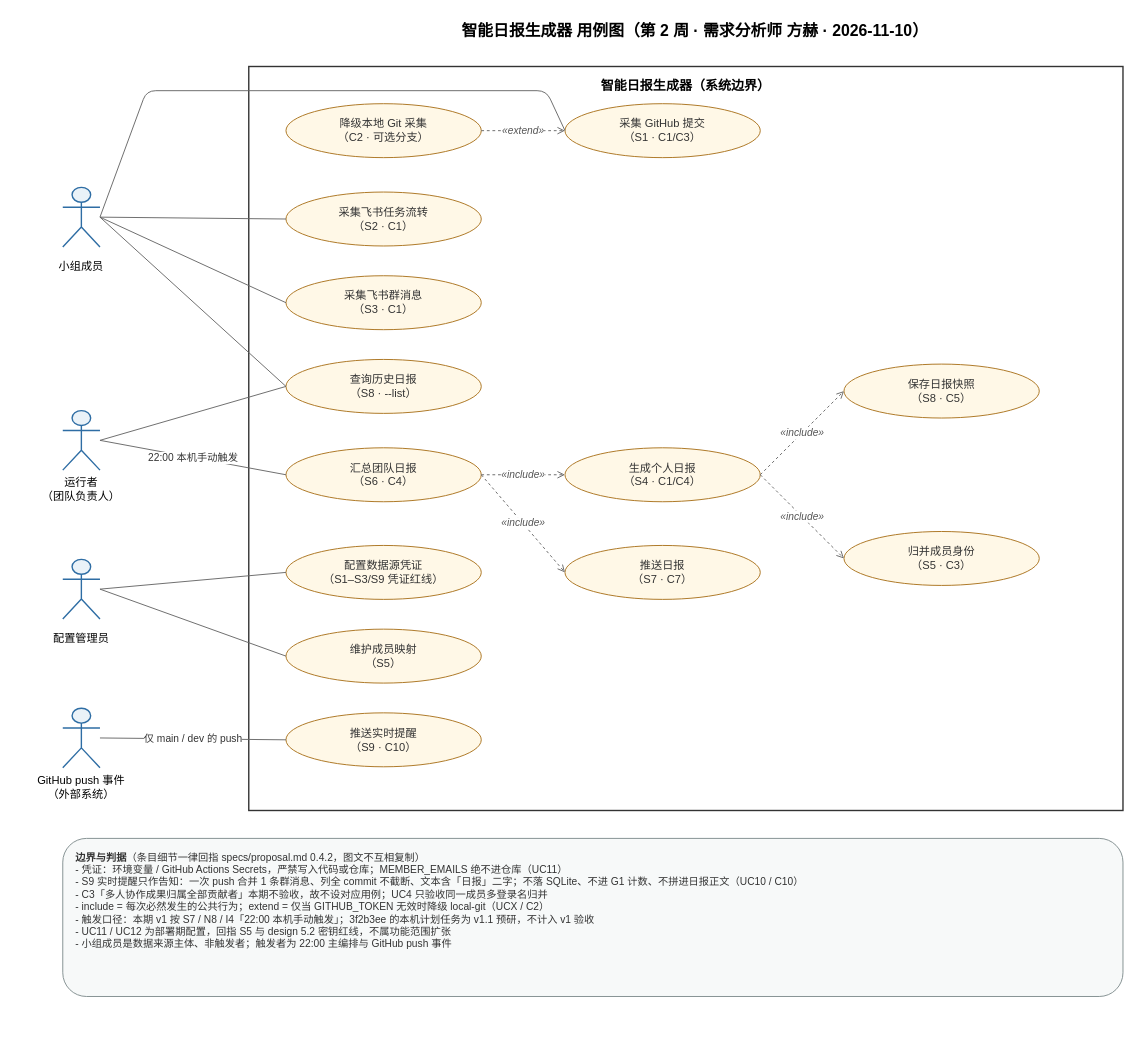
The draw.io diagram docs/uml/智能日报生成器-用例图.drawio in onetwothree-go/smart-daily, before the edit. Source tidied: cells renumbered, new cells numbered last; positions are measured from the earlier drawing's top-left corner, leaving out a move shared by most shapes. Both pictures are drawn from the tidied source at 93%, with x=0, y=0 at pixel (16, 16).
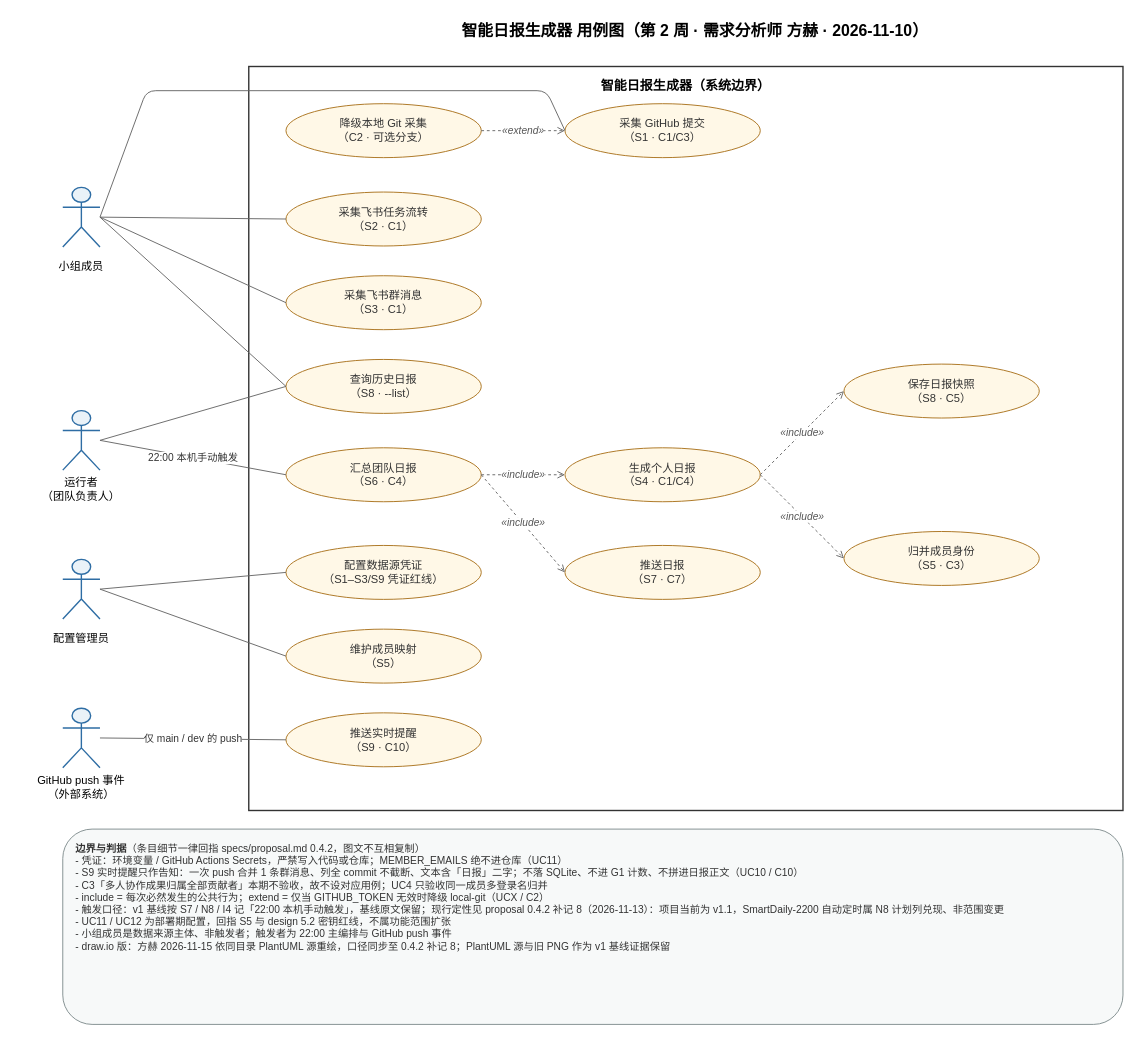
Above is the later version.

Commit message (it also covers changes not shown here):
docs: 用例图 draw.io 版图例同步 proposal 0.4.2 补记 8 现行触发口径

The edit, as a diff of the source:
```diff
@@
-    <mxCell id="39" value="&lt;b&gt;边界与判据&lt;/b&gt;（条目细节一律回指 specs/proposal.md 0.4.2，图文不互相复制）&lt;br&gt;- 凭证：环境变量 / GitHub Actions Secrets，严禁写入代码或仓库；MEMBER_EMAILS 绝不进仓库（UC11）&lt;br&gt;- S9 实时提醒只作告知：一次 push 合并 1 条群消息、列全 commit 不截断、文本含「日报」二字；不落 SQLite、不进 G1 计数、不拼进日报正文（UC10 / C10）&lt;br&gt;- C3「多人协作成果归属全部贡献者」本期不验收，故不设对应用例；UC4 只验收同一成员多登录名归并&lt;br&gt;- include = 每次必然发生的公共行为；extend = 仅当 GITHUB_TOKEN 无效时降级 local-git（UCX / C2）&lt;br&gt;- 触发口径：本期 v1 按 S7 / N8 / I4「22:00 本机手动触发」；3f2b3ee 的本机计划任务为 v1.1 预研，不计入 v1 验收&lt;br&gt;- UC11 / UC12 为部署期配置，回指 S5 与 design 5.2 密钥红线，不属功能范围扩张&lt;br&gt;- 小组成员是数据来源主体、非触发者；触发者为 22:00 主编排与 GitHub push 事件" style="rounded=1;whiteSpace=wrap;html=1;fillColor=#F7F9F9;strokeColor=#7F8C8D;align=left;verticalAlign=top;spacingLeft=12;spacingTop=8;spacingRight=10;fontSize=11;fontColor=#333333;fontFamily=Microsoft YaHei;" parent="1" vertex="1">
-      <mxGeometry x="50" y="884" width="1140" height="170" as="geometry" />
+    <mxCell id="39" value="&lt;b&gt;边界与判据&lt;/b&gt;（条目细节一律回指 specs/proposal.md 0.4.2，图文不互相复制）&lt;br&gt;- 凭证：环境变量 / GitHub Actions Secrets，严禁写入代码或仓库；MEMBER_EMAILS 绝不进仓库（UC11）&lt;br&gt;- S9 实时提醒只作告知：一次 push 合并 1 条群消息、列全 commit 不截断、文本含「日报」二字；不落 SQLite、不进 G1 计数、不拼进日报正文（UC10 / C10）&lt;br&gt;- C3「多人协作成果归属全部贡献者」本期不验收，故不设对应用例；UC4 只验收同一成员多登录名归并&lt;br&gt;- include = 每次必然发生的公共行为；extend = 仅当 GITHUB_TOKEN 无效时降级 local-git（UCX / C2）&lt;br&gt;- 触发口径：v1 基线按 S7 / N8 / I4 记「22:00 本机手动触发」，基线原文保留；现行定性见 proposal 0.4.2 补记 8（2026-11-13）：项目当前为 v1.1，SmartDaily-2200 自动定时属 N8 计划列兑现、非范围变更&lt;br&gt;- UC11 / UC12 为部署期配置，回指 S5 与 design 5.2 密钥红线，不属功能范围扩张&lt;br&gt;- 小组成员是数据来源主体、非触发者；触发者为 22:00 主编排与 GitHub push 事件&lt;br&gt;- draw.io 版：方赫 2026-11-15 依同目录 PlantUML 源重绘，口径同步至 0.4.2 补记 8；PlantUML 源与旧 PNG 作为 v1 基线证据保留" style="rounded=1;whiteSpace=wrap;html=1;fillColor=#F7F9F9;strokeColor=#7F8C8D;align=left;verticalAlign=top;spacingLeft=12;spacingTop=8;spacingRight=10;fontSize=11;fontColor=#333333;fontFamily=Microsoft YaHei;" parent="1" vertex="1">
+      <mxGeometry x="50" y="874" width="1140" height="210" as="geometry" />
     </mxCell>
```
